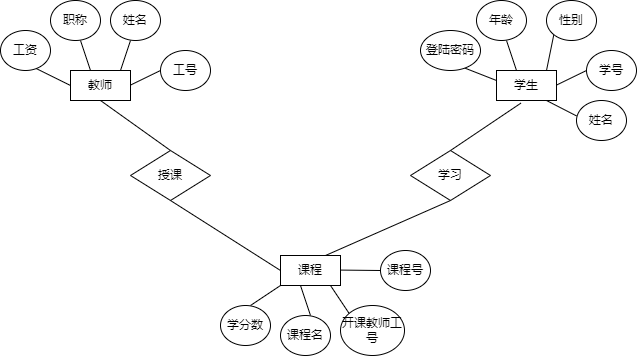
The draw.io diagram studentManageSystem.png in LuckyE1120/junxingshi, before a commit. Source tidied: cells renumbered, new cells last; positions are measured from the earlier drawing's top-left corner, leaving out a move shared by most shapes.
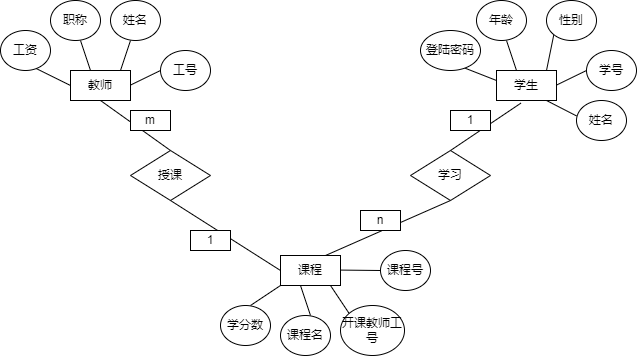
The same file after the commit.

What changed in the source:
```diff
@@ -141,5 +141,17 @@
     <mxCell id="36" style="endArrow=none;html=1;rounded=0;fontSize=12;entryX=0.5;entryY=1;entryDx=0;entryDy=0;exitX=0.75;exitY=0;exitDx=0;exitDy=0;" parent="1" edge="1" source="22" target="32">
       <mxGeometry relative="1" as="geometry" />
     </mxCell>
+    <mxCell id="37" value="1" style="rounded=0;whiteSpace=wrap;html=1;" parent="1" vertex="1">
+      <mxGeometry x="190" y="230" width="40" height="20" as="geometry" />
+    </mxCell>
+    <mxCell id="38" value="m" style="rounded=0;whiteSpace=wrap;html=1;" parent="1" vertex="1">
+      <mxGeometry x="130" y="110" width="40" height="20" as="geometry" />
+    </mxCell>
+    <mxCell id="39" value="n" style="rounded=0;whiteSpace=wrap;html=1;" parent="1" vertex="1">
+      <mxGeometry x="360" y="210" width="40" height="20" as="geometry" />
+    </mxCell>
+    <mxCell id="40" value="1" style="rounded=0;whiteSpace=wrap;html=1;" parent="1" vertex="1">
+      <mxGeometry x="450" y="110" width="40" height="20" as="geometry" />
+    </mxCell>
   </root>
 </mxGraphModel>
```
